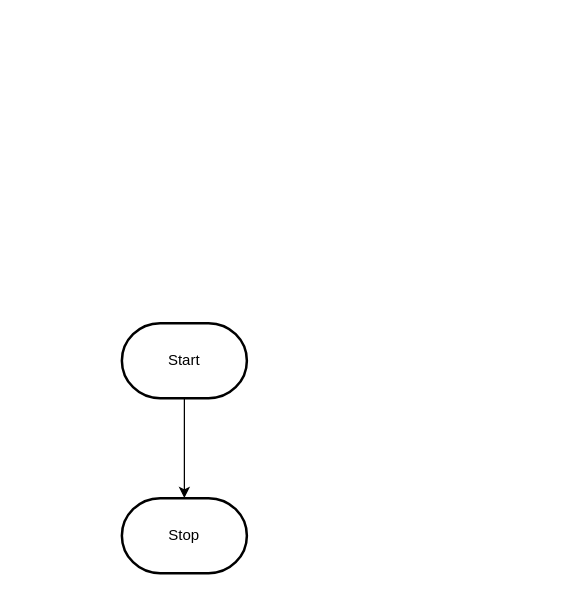
Earlier version of the draw.io diagram design/flowchart.drawio (MTHS-ICS2O-2-2022/ICS2O-Unit-5-03-janet-do). Source tidied: cells renumbered, new cells numbered last; positions are measured from the earlier drawing's top-left corner, leaving out a move shared by most shapes. Both pictures are drawn from the tidied source at 125%, with x=0, y=0 at pixel (121, 322).
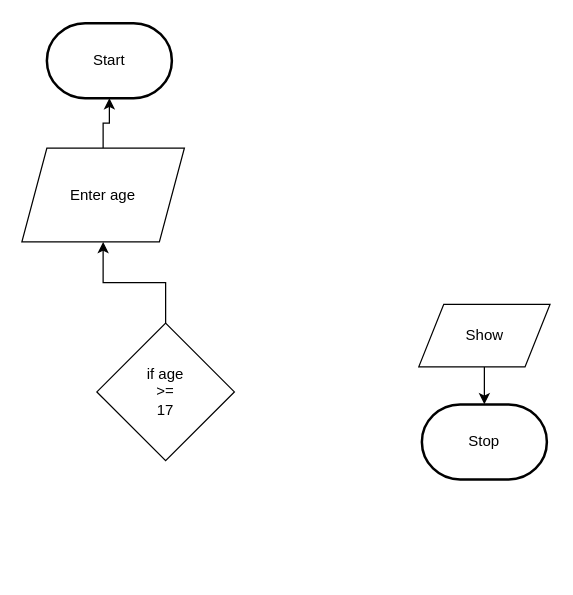
The same page after the edit.

Diff of the diagram source:
```diff
@@
 <mxGraphModel>
   <root>
     <mxCell id="0" />
     <mxCell id="1" parent="0" />
-    <mxCell id="2" style="edgeStyle=orthogonalEdgeStyle;html=1;rounded=0;" parent="1" edge="1" source="3" target="4">
-      <mxGeometry relative="1" as="geometry" />
-    </mxCell>
     <mxCell id="3" value="Start" style="strokeWidth=2;html=1;shape=mxgraph.flowchart.terminator;whiteSpace=wrap;" parent="1" vertex="1">
-      <mxGeometry width="100" height="60" as="geometry" />
+      <mxGeometry x="-60" y="-240" width="100" height="60" as="geometry" />
     </mxCell>
     <mxCell id="4" value="Stop" style="strokeWidth=2;html=1;shape=mxgraph.flowchart.terminator;whiteSpace=wrap;" parent="1" vertex="1">
-      <mxGeometry y="140" width="100" height="60" as="geometry" />
+      <mxGeometry x="240" y="65" width="100" height="60" as="geometry" />
     </mxCell>
+    <mxCell id="5" style="edgeStyle=orthogonalEdgeStyle;html=1;exitX=0.5;exitY=0;exitDx=0;exitDy=0;entryX=0.5;entryY=1;entryDx=0;entryDy=0;entryPerimeter=0;rounded=0;" parent="1" edge="1" source="6" target="3">
+      <mxGeometry relative="1" as="geometry" />
+    </mxCell>
+    <mxCell id="6" value="Enter age" style="shape=parallelogram;perimeter=parallelogramPerimeter;whiteSpace=wrap;html=1;fixedSize=1;" parent="1" vertex="1">
+      <mxGeometry x="-80" y="-140" width="130" height="75" as="geometry" />
+    </mxCell>
+    <mxCell id="7" style="edgeStyle=orthogonalEdgeStyle;shape=connector;rounded=0;html=1;exitX=0.5;exitY=1;exitDx=0;exitDy=0;entryX=0.5;entryY=0;entryDx=0;entryDy=0;entryPerimeter=0;labelBackgroundColor=default;strokeColor=default;fontFamily=Helvetica;fontSize=11;fontColor=default;endArrow=classic;" parent="1" edge="1" source="8" target="4">
+      <mxGeometry relative="1" as="geometry" />
+    </mxCell>
+    <mxCell id="8" value="Show" style="shape=parallelogram;perimeter=parallelogramPerimeter;whiteSpace=wrap;html=1;fixedSize=1;" parent="1" vertex="1">
+      <mxGeometry x="237.5" y="-15" width="105" height="50" as="geometry" />
+    </mxCell>
+    <mxCell id="9" style="edgeStyle=orthogonalEdgeStyle;rounded=0;html=1;exitX=0.5;exitY=0;exitDx=0;exitDy=0;entryX=0.5;entryY=1;entryDx=0;entryDy=0;" parent="1" edge="1" source="10" target="6">
+      <mxGeometry relative="1" as="geometry" />
+    </mxCell>
+    <mxCell id="10" value="if age&lt;br&gt;&amp;gt;=&lt;br&gt;17" style="rhombus;whiteSpace=wrap;html=1;" parent="1" vertex="1">
+      <mxGeometry x="-20" width="110" height="110" as="geometry" />
+    </mxCell>
   </root>
 </mxGraphModel>
```
